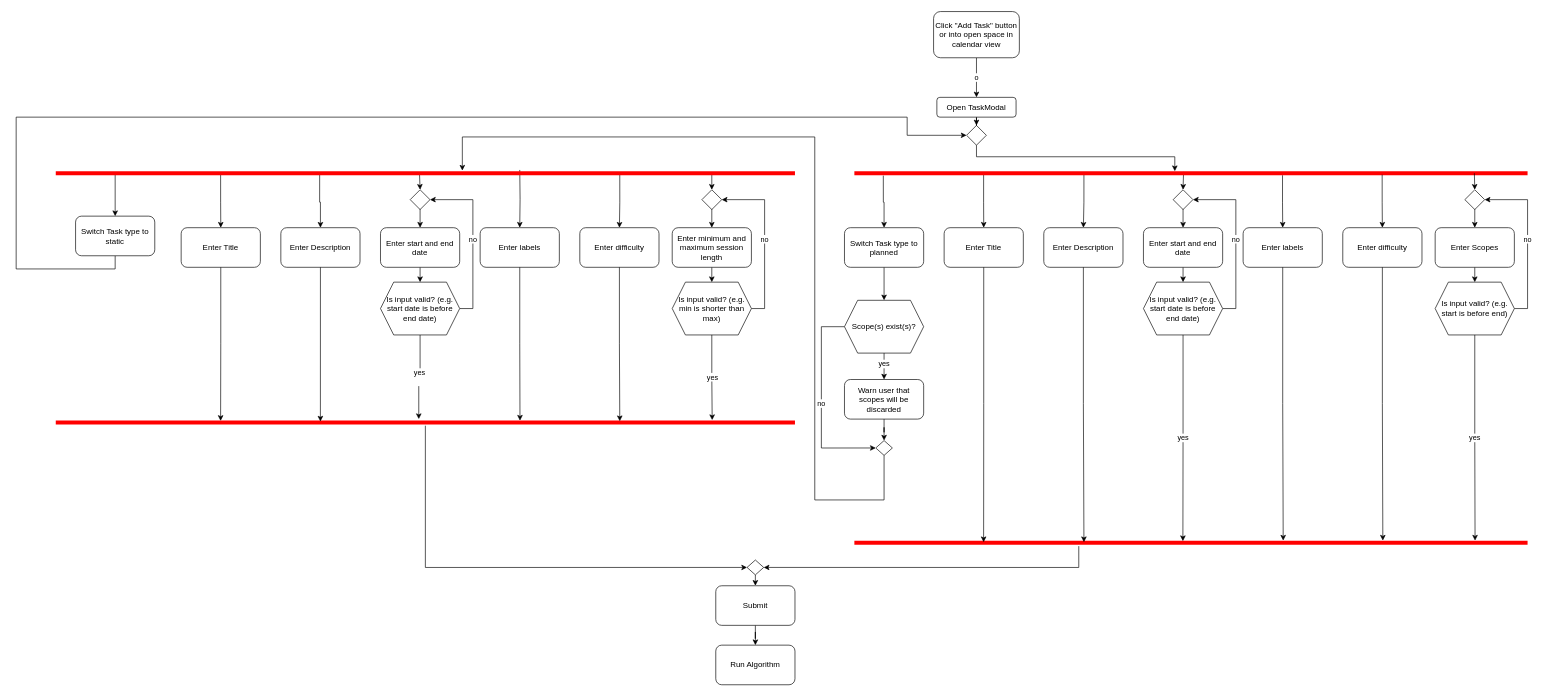
This is activity_create_task_userviewpoint.drawio from NI0-Name-Ideas-0/ChronoScope-models, a draw.io file, before an edit. Source tidied: cells renumbered, new cells numbered last; positions are measured from the earlier drawing's top-left corner, leaving out a move shared by most shapes. Both pictures are drawn from the tidied source at 66%, with x=0, y=0 at pixel (16, 11).
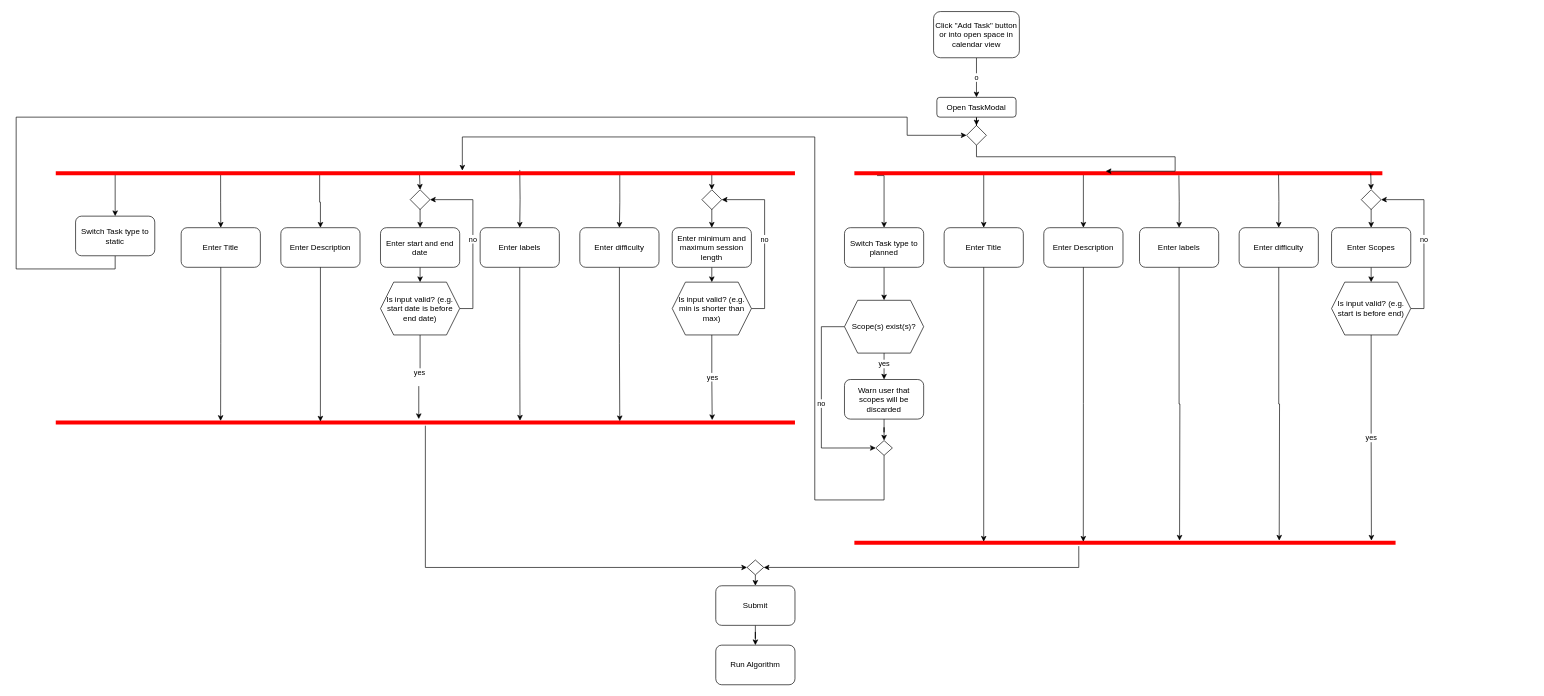
Above is the later version.

Commit message:
change modal fields according to decision to remove Dates from static tasks

The change refers to these unchanged cells:
```xml
<mxCell id="13" value="Switch Task type to planned" style="rounded=1;whiteSpace=wrap;html=1;" parent="1" vertex="1">
  <mxGeometry x="1255" y="327.5" width="120" height="60" as="geometry" />
</mxCell>
<mxCell id="33" value="Enter Title" style="rounded=1;whiteSpace=wrap;html=1;" parent="1" vertex="1">
  <mxGeometry x="1406" y="327.5" width="120" height="60" as="geometry" />
</mxCell>
<mxCell id="34" value="Enter Description" style="rounded=1;whiteSpace=wrap;html=1;" parent="1" vertex="1">
  <mxGeometry x="1557" y="327.5" width="120" height="60" as="geometry" />
</mxCell>
```

What changed in the source:
```diff
@@
     <mxCell id="6" style="edgeStyle=orthogonalEdgeStyle;rounded=0;jettySize=auto;html=1;exitX=0.192;exitY=0.603;exitDx=0;exitDy=0;exitPerimeter=0;" parent="1" edge="1" source="11" target="33">
-      <mxGeometry relative="1" as="geometry" />
+      <mxGeometry relative="1" as="geometry">
+        <Array as="points">
+          <mxPoint x="1466" y="246" />
+        </Array>
+      </mxGeometry>
     </mxCell>
     <mxCell id="7" style="edgeStyle=orthogonalEdgeStyle;rounded=0;jettySize=auto;html=1;exitX=0.341;exitY=0.436;exitDx=0;exitDy=0;exitPerimeter=0;" parent="1" edge="1" source="11" target="34">
-      <mxGeometry relative="1" as="geometry" />
+      <mxGeometry relative="1" as="geometry">
+        <Array as="points">
+          <mxPoint x="1617" y="244" />
+        </Array>
+      </mxGeometry>
     </mxCell>
-    <mxCell id="8" style="edgeStyle=orthogonalEdgeStyle;rounded=0;jettySize=auto;html=1;exitX=0.489;exitY=0.297;exitDx=0;exitDy=0;exitPerimeter=0;entryX=0.5;entryY=0;entryDx=0;entryDy=0;" parent="1" edge="1" source="11" target="44">
-      <mxGeometry relative="1" as="geometry" />
-    </mxCell>
-    <mxCell id="9" style="edgeStyle=orthogonalEdgeStyle;rounded=0;jettySize=auto;html=1;exitX=0.636;exitY=0.797;exitDx=0;exitDy=0;exitPerimeter=0;entryX=0.5;entryY=0;entryDx=0;entryDy=0;" parent="1" edge="1" source="11" target="41">
-      <mxGeometry relative="1" as="geometry" />
+    <mxCell id="9" style="edgeStyle=orthogonalEdgeStyle;rounded=0;jettySize=auto;html=1;exitX=0.636;exitY=0.797;exitDx=0;exitDy=0;exitPerimeter=0;entryX=0.5;entryY=0;entryDx=0;entryDy=0;" parent="1" edge="1" target="41">
+      <mxGeometry relative="1" as="geometry">
+        <mxPoint x="1761.7" y="248" as="sourcePoint" />
+      </mxGeometry>
     </mxCell>
     <mxCell id="10" style="edgeStyle=orthogonalEdgeStyle;rounded=0;jettySize=auto;html=1;exitX=0.043;exitY=0.853;exitDx=0;exitDy=0;exitPerimeter=0;entryX=0.5;entryY=0;entryDx=0;entryDy=0;" parent="1" edge="1" source="11" target="13">
-      <mxGeometry relative="1" as="geometry" />
+      <mxGeometry relative="1" as="geometry">
+        <Array as="points">
+          <mxPoint x="1315" y="248" />
+        </Array>
+      </mxGeometry>
     </mxCell>
     <mxCell id="11" style="shape=line;html=1;strokeWidth=6;strokeColor=light-dark(#FF0000,#FFFFFF);" parent="1" vertex="1">
-      <mxGeometry x="1270" y="240" width="1020" height="10" as="geometry" />
+      <mxGeometry x="1270" y="240" width="800" height="10" as="geometry" />
     </mxCell>
@@
-    <mxCell id="35" style="edgeStyle=orthogonalEdgeStyle;rounded=0;jettySize=auto;html=1;exitX=0.5;exitY=1;exitDx=0;exitDy=0;entryX=0.5;entryY=0;entryDx=0;entryDy=0;" parent="1" edge="1" source="36" target="38">
-      <mxGeometry relative="1" as="geometry" />
-    </mxCell>
-    <mxCell id="36" value="Enter start and end date" style="rounded=1;whiteSpace=wrap;html=1;" parent="1" vertex="1">
-      <mxGeometry x="1708" y="327.5" width="120" height="60" as="geometry" />
-    </mxCell>
-    <mxCell id="37" value="no" style="edgeStyle=orthogonalEdgeStyle;rounded=0;jettySize=auto;html=1;exitX=1;exitY=0.5;exitDx=0;exitDy=0;entryX=1;entryY=0.5;entryDx=0;entryDy=0;" parent="1" edge="1" source="38" target="44">
-      <mxGeometry relative="1" as="geometry">
-        <Array as="points">
-          <mxPoint x="1848" y="450" />
-          <mxPoint x="1848" y="285" />
-        </Array>
-      </mxGeometry>
-    </mxCell>
-    <mxCell id="38" value="Is input valid? (e.g. start date is before end date)" style="shape=hexagon;perimeter=hexagonPerimeter2;whiteSpace=wrap;html=1;fixedSize=1;" parent="1" vertex="1">
-      <mxGeometry x="1708" y="410" width="120" height="80" as="geometry" />
-    </mxCell>
-    <mxCell id="39" style="edgeStyle=orthogonalEdgeStyle;rounded=0;jettySize=auto;html=1;exitX=0.5;exitY=1;exitDx=0;exitDy=0;entryX=0.5;entryY=0;entryDx=0;entryDy=0;" parent="1" edge="1" target="36">
-      <mxGeometry relative="1" as="geometry">
-        <mxPoint x="1768" y="290" as="sourcePoint" />
-      </mxGeometry>
-    </mxCell>
@@
     <mxCell id="41" value="&lt;div&gt;Enter labels&lt;/div&gt;" style="rounded=1;whiteSpace=wrap;html=1;" parent="1" vertex="1">
-      <mxGeometry x="1859" y="327.5" width="120" height="60" as="geometry" />
+      <mxGeometry x="1702" y="327.5" width="120" height="60" as="geometry" />
     </mxCell>
-    <mxCell id="42" style="edgeStyle=orthogonalEdgeStyle;rounded=0;jettySize=auto;html=1;exitX=0.784;exitY=0.714;exitDx=0;exitDy=0;exitPerimeter=0;entryX=0.5;entryY=0;entryDx=0;entryDy=0;" parent="1" edge="1" source="11" target="43">
-      <mxGeometry relative="1" as="geometry" />
+    <mxCell id="42" style="edgeStyle=orthogonalEdgeStyle;rounded=0;jettySize=auto;html=1;exitX=0.784;exitY=0.714;exitDx=0;exitDy=0;exitPerimeter=0;entryX=0.5;entryY=0;entryDx=0;entryDy=0;" parent="1" edge="1" target="43">
+      <mxGeometry relative="1" as="geometry">
+        <mxPoint x="1912.7" y="247.1" as="sourcePoint" />
+      </mxGeometry>
     </mxCell>
     <mxCell id="43" value="Enter difficulty" style="rounded=1;whiteSpace=wrap;html=1;" parent="1" vertex="1">
-      <mxGeometry x="2010" y="327.5" width="120" height="60" as="geometry" />
+      <mxGeometry x="1853" y="327.5" width="120" height="60" as="geometry" />
     </mxCell>
-    <mxCell id="44" style="rhombus;whiteSpace=wrap;html=1;" parent="1" vertex="1">
-      <mxGeometry x="1753" y="270" width="30" height="30" as="geometry" />
-    </mxCell>
@@
     <mxCell id="46" value="Enter Scopes" style="rounded=1;whiteSpace=wrap;html=1;" parent="1" vertex="1">
-      <mxGeometry x="2150" y="327.5" width="120" height="60" as="geometry" />
+      <mxGeometry x="1993" y="327.5" width="120" height="60" as="geometry" />
     </mxCell>
     <mxCell id="47" value="no" style="edgeStyle=orthogonalEdgeStyle;rounded=0;jettySize=auto;html=1;exitX=1;exitY=0.5;exitDx=0;exitDy=0;entryX=1;entryY=0.5;entryDx=0;entryDy=0;" parent="1" edge="1" source="48" target="50">
       <mxGeometry relative="1" as="geometry">
         <Array as="points">
-          <mxPoint x="2290" y="450" />
-          <mxPoint x="2290" y="285" />
+          <mxPoint x="2133" y="450" />
+          <mxPoint x="2133" y="285" />
         </Array>
       </mxGeometry>
     </mxCell>
     <mxCell id="48" value="Is input valid? (e.g. start is before end)" style="shape=hexagon;perimeter=hexagonPerimeter2;whiteSpace=wrap;html=1;fixedSize=1;" parent="1" vertex="1">
-      <mxGeometry x="2150" y="410" width="120" height="80" as="geometry" />
+      <mxGeometry x="1993" y="410" width="120" height="80" as="geometry" />
     </mxCell>
     <mxCell id="49" style="edgeStyle=orthogonalEdgeStyle;rounded=0;jettySize=auto;html=1;exitX=0.5;exitY=1;exitDx=0;exitDy=0;entryX=0.5;entryY=0;entryDx=0;entryDy=0;" parent="1" edge="1" target="46">
       <mxGeometry relative="1" as="geometry">
-        <mxPoint x="2210" y="290" as="sourcePoint" />
+        <mxPoint x="2053" y="290" as="sourcePoint" />
       </mxGeometry>
     </mxCell>
     <mxCell id="50" style="rhombus;whiteSpace=wrap;html=1;" parent="1" vertex="1">
-      <mxGeometry x="2195" y="270" width="30" height="30" as="geometry" />
+      <mxGeometry x="2038" y="270" width="30" height="30" as="geometry" />
     </mxCell>
-    <mxCell id="51" style="edgeStyle=orthogonalEdgeStyle;rounded=0;jettySize=auto;html=1;exitX=0.921;exitY=0.502;exitDx=0;exitDy=0;exitPerimeter=0;entryX=0.5;entryY=0;entryDx=0;entryDy=0;" parent="1" edge="1" source="11" target="50">
-      <mxGeometry relative="1" as="geometry" />
+    <mxCell id="51" style="edgeStyle=orthogonalEdgeStyle;rounded=0;jettySize=auto;html=1;exitX=0.921;exitY=0.502;exitDx=0;exitDy=0;exitPerimeter=0;entryX=0.5;entryY=0;entryDx=0;entryDy=0;" parent="1" edge="1" target="50">
+      <mxGeometry relative="1" as="geometry">
+        <mxPoint x="2052.4" y="245" as="sourcePoint" />
+      </mxGeometry>
     </mxCell>
@@
     <mxCell id="70" style="shape=line;html=1;strokeWidth=6;strokeColor=light-dark(#FF0000,#FFFFFF);" parent="1" vertex="1">
-      <mxGeometry x="1270" y="800" width="1020" height="10" as="geometry" />
+      <mxGeometry x="1270" y="800" width="820" height="10" as="geometry" />
     </mxCell>
-    <mxCell id="71" style="edgeStyle=orthogonalEdgeStyle;rounded=0;jettySize=auto;html=1;exitX=0.5;exitY=1;exitDx=0;exitDy=0;entryX=0.192;entryY=0.399;entryDx=0;entryDy=0;entryPerimeter=0;" parent="1" edge="1" source="33" target="70">
+    <mxCell id="71" style="edgeStyle=orthogonalEdgeStyle;rounded=0;jettySize=auto;html=1;exitX=0.5;exitY=1;exitDx=0;exitDy=0;entryX=0.239;entryY=0.319;entryDx=0;entryDy=0;entryPerimeter=0;" parent="1" edge="1" source="33" target="70">
       <mxGeometry relative="1" as="geometry" />
     </mxCell>
-    <mxCell id="72" style="edgeStyle=orthogonalEdgeStyle;rounded=0;jettySize=auto;html=1;exitX=0.5;exitY=1;exitDx=0;exitDy=0;entryX=0.341;entryY=0.399;entryDx=0;entryDy=0;entryPerimeter=0;" parent="1" edge="1" source="34" target="70">
+    <mxCell id="72" style="edgeStyle=orthogonalEdgeStyle;rounded=0;jettySize=auto;html=1;exitX=0.5;exitY=1;exitDx=0;exitDy=0;entryX=0.423;entryY=0.329;entryDx=0;entryDy=0;entryPerimeter=0;" parent="1" edge="1" source="34" target="70">
       <mxGeometry relative="1" as="geometry" />
     </mxCell>
-    <mxCell id="73" value="yes" style="edgeStyle=orthogonalEdgeStyle;rounded=0;jettySize=auto;html=1;exitX=0.5;exitY=1;exitDx=0;exitDy=0;entryX=0.488;entryY=0.239;entryDx=0;entryDy=0;entryPerimeter=0;" parent="1" edge="1" source="38" target="70">
-      <mxGeometry relative="1" as="geometry" />
-    </mxCell>
-    <mxCell id="74" style="edgeStyle=orthogonalEdgeStyle;rounded=0;jettySize=auto;html=1;exitX=0.5;exitY=1;exitDx=0;exitDy=0;entryX=0.637;entryY=0.159;entryDx=0;entryDy=0;entryPerimeter=0;" parent="1" edge="1" source="41" target="70">
-      <mxGeometry relative="1" as="geometry" />
+    <mxCell id="74" style="edgeStyle=orthogonalEdgeStyle;rounded=0;jettySize=auto;html=1;exitX=0.5;exitY=1;exitDx=0;exitDy=0;entryX=0.637;entryY=0.159;entryDx=0;entryDy=0;entryPerimeter=0;" parent="1" edge="1" source="41">
+      <mxGeometry relative="1" as="geometry">
+        <mxPoint x="1762.7" y="801.6" as="targetPoint" />
+      </mxGeometry>
     </mxCell>
-    <mxCell id="75" style="edgeStyle=orthogonalEdgeStyle;rounded=0;jettySize=auto;html=1;exitX=0.5;exitY=1;exitDx=0;exitDy=0;entryX=0.785;entryY=0.159;entryDx=0;entryDy=0;entryPerimeter=0;" parent="1" edge="1" source="43" target="70">
-      <mxGeometry relative="1" as="geometry" />
+    <mxCell id="75" style="edgeStyle=orthogonalEdgeStyle;rounded=0;jettySize=auto;html=1;exitX=0.5;exitY=1;exitDx=0;exitDy=0;entryX=0.785;entryY=0.159;entryDx=0;entryDy=0;entryPerimeter=0;" parent="1" edge="1" source="43">
+      <mxGeometry relative="1" as="geometry">
+        <mxPoint x="1913.7" y="801.6" as="targetPoint" />
+      </mxGeometry>
     </mxCell>
-    <mxCell id="76" value="yes" style="edgeStyle=orthogonalEdgeStyle;rounded=0;jettySize=auto;html=1;exitX=0.5;exitY=1;exitDx=0;exitDy=0;entryX=0.922;entryY=0.159;entryDx=0;entryDy=0;entryPerimeter=0;" parent="1" edge="1" source="48" target="70">
-      <mxGeometry relative="1" as="geometry" />
+    <mxCell id="76" value="yes" style="edgeStyle=orthogonalEdgeStyle;rounded=0;jettySize=auto;html=1;exitX=0.5;exitY=1;exitDx=0;exitDy=0;entryX=0.922;entryY=0.159;entryDx=0;entryDy=0;entryPerimeter=0;" parent="1" edge="1" source="48">
+      <mxGeometry relative="1" as="geometry">
+        <mxPoint x="2053.4" y="801.6" as="targetPoint" />
+      </mxGeometry>
     </mxCell>
```
